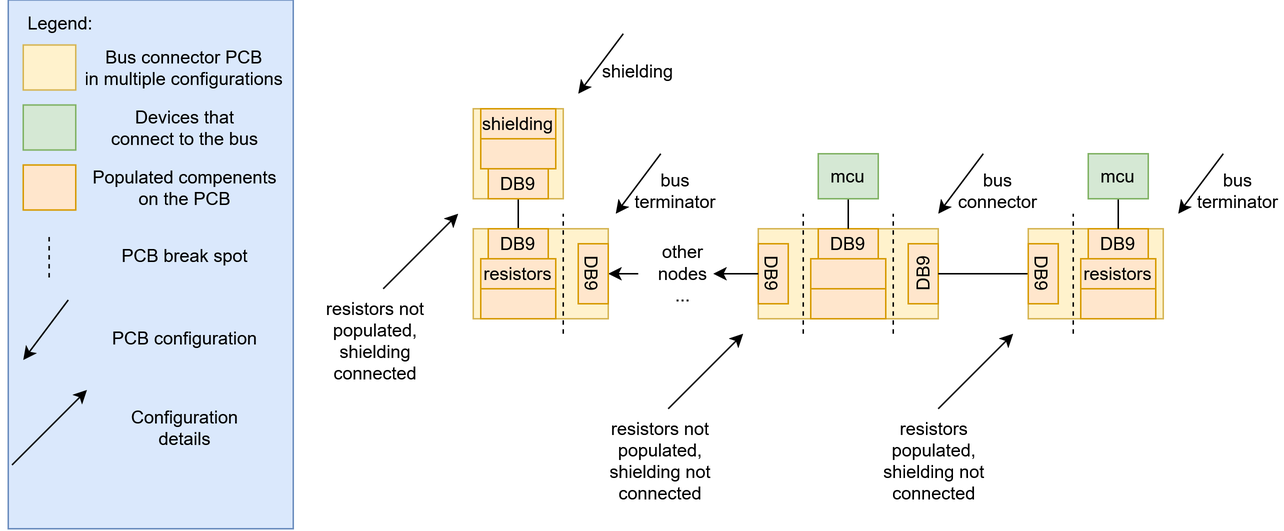
Earlier version of the draw.io export media/bus_connectors.drawio.png (Tai-Min/Robo-Bus). Source tidied: cells renumbered, new cells last; positions are measured from the earlier drawing's top-left corner, leaving out a move shared by most shapes.
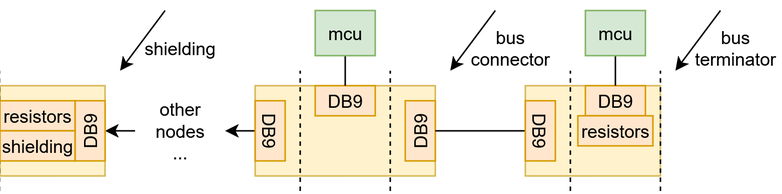
Above is the later version.

Commit message:
Final bus connector prototype from Tai-Min

What changed in the source:
```diff
@@ -2,24 +2,21 @@
   <root>
     <mxCell id="0" />
     <mxCell id="1" parent="0" />
-    <mxCell id="2" style="rounded=0;whiteSpace=wrap;html=1;fillColor=#dae8fc;strokeColor=#6c8ebf;" parent="1" vertex="1">
-      <mxGeometry y="-0.5" width="190" height="352.5" as="geometry" />
-    </mxCell>
     <mxCell id="3" style="rounded=0;whiteSpace=wrap;html=1;fillColor=#fff2cc;strokeColor=#d6b656;" parent="1" vertex="1">
       <mxGeometry x="500" y="152" width="120" height="60" as="geometry" />
     </mxCell>
     <mxCell id="4" value="DB9" style="rounded=0;whiteSpace=wrap;html=1;fillColor=#ffe6cc;strokeColor=#d79b00;" parent="1" vertex="1">
       <mxGeometry x="540" y="152" width="40" height="20" as="geometry" />
     </mxCell>
+    <mxCell id="63" style="edgeStyle=orthogonalEdgeStyle;rounded=0;jettySize=auto;html=1;exitX=0.5;exitY=1;exitDx=0;exitDy=0;entryX=1;entryY=0.5;entryDx=0;entryDy=0;" parent="1" edge="1" source="5" target="30">
+      <mxGeometry relative="1" as="geometry" />
+    </mxCell>
     <mxCell id="5" value="DB9" style="rounded=0;whiteSpace=wrap;html=1;rotation=90;fillColor=#ffe6cc;strokeColor=#d79b00;" parent="1" vertex="1">
       <mxGeometry x="490" y="172" width="40" height="20" as="geometry" />
     </mxCell>
     <mxCell id="6" value="DB9" style="rounded=0;whiteSpace=wrap;html=1;rotation=-90;fillColor=#ffe6cc;strokeColor=#d79b00;" parent="1" vertex="1">
       <mxGeometry x="590" y="172" width="40" height="20" as="geometry" />
     </mxCell>
-    <mxCell id="7" style="rounded=0;whiteSpace=wrap;html=1;fillColor=#ffe6cc;strokeColor=#d79b00;" parent="1" vertex="1">
-      <mxGeometry x="535" y="172" width="50" height="20" as="geometry" />
-    </mxCell>
     <mxCell id="8" style="endArrow=none;dashed=1;html=1;rounded=0;" parent="1" edge="1">
       <mxGeometry relative="1" as="geometry">
         <mxPoint x="530" y="222" as="sourcePoint" />
@@ -47,24 +44,6 @@
     <mxCell id="14" value="resistors" style="rounded=0;whiteSpace=wrap;html=1;fillColor=#ffe6cc;strokeColor=#d79b00;" parent="1" vertex="1">
       <mxGeometry x="715" y="172" width="50" height="20" as="geometry" />
     </mxCell>
-    <mxCell id="15" style="endArrow=classic;html=1;rounded=0;" parent="1" edge="1">
-      <mxGeometry relative="1" as="geometry">
-        <mxPoint x="440" y="272" as="sourcePoint" />
-        <mxPoint x="490" y="222" as="targetPoint" />
-      </mxGeometry>
-    </mxCell>
-    <mxCell id="16" value="&lt;div&gt;resistors not&lt;/div&gt;&lt;div&gt;populated,&lt;/div&gt;&lt;div&gt;shielding not connected&lt;/div&gt;" style="text;html=1;whiteSpace=wrap;strokeColor=none;fillColor=none;align=center;verticalAlign=middle;rounded=0;" parent="1" vertex="1">
-      <mxGeometry x="390" y="292" width="90" height="30" as="geometry" />
-    </mxCell>
-    <mxCell id="17" style="endArrow=classic;html=1;rounded=0;" parent="1" edge="1">
-      <mxGeometry relative="1" as="geometry">
-        <mxPoint x="620" y="272" as="sourcePoint" />
-        <mxPoint x="670" y="222" as="targetPoint" />
-      </mxGeometry>
-    </mxCell>
-    <mxCell id="18" value="&lt;div&gt;resistors&lt;/div&gt;&lt;div&gt;populated,&lt;/div&gt;&lt;div&gt;shielding not&lt;/div&gt;&lt;div&gt;connected&lt;/div&gt;" style="text;html=1;whiteSpace=wrap;strokeColor=none;fillColor=none;align=center;verticalAlign=middle;rounded=0;" parent="1" vertex="1">
-      <mxGeometry x="580" y="292" width="75" height="30" as="geometry" />
-    </mxCell>
     <mxCell id="19" style="endArrow=none;dashed=1;html=1;rounded=0;" parent="1" edge="1">
       <mxGeometry relative="1" as="geometry">
         <mxPoint x="710" y="222" as="sourcePoint" />
@@ -82,12 +61,12 @@
     </mxCell>
     <mxCell id="22" style="endArrow=classic;html=1;rounded=0;" parent="1" edge="1">
       <mxGeometry relative="1" as="geometry">
-        <mxPoint x="650" y="102" as="sourcePoint" />
-        <mxPoint x="620" y="142" as="targetPoint" />
+        <mxPoint x="660" y="102" as="sourcePoint" />
+        <mxPoint x="630" y="142" as="targetPoint" />
       </mxGeometry>
     </mxCell>
     <mxCell id="23" value="&lt;div&gt;bus&lt;/div&gt;&lt;div&gt;connector&lt;/div&gt;" style="text;html=1;whiteSpace=wrap;strokeColor=none;fillColor=none;align=center;verticalAlign=middle;rounded=0;" parent="1" vertex="1">
-      <mxGeometry x="630" y="112" width="60" height="30" as="geometry" />
+      <mxGeometry x="640" y="112" width="60" height="30" as="geometry" />
     </mxCell>
     <mxCell id="24" style="edgeStyle=orthogonalEdgeStyle;rounded=0;jettySize=auto;html=1;exitX=0.5;exitY=1;exitDx=0;exitDy=0;entryX=0.5;entryY=0;entryDx=0;entryDy=0;endArrow=none;endFill=0;" parent="1" edge="1" source="25" target="4">
       <mxGeometry relative="1" as="geometry" />
@@ -101,133 +80,46 @@
     <mxCell id="27" value="mcu" style="rounded=0;whiteSpace=wrap;html=1;fillColor=#d5e8d4;strokeColor=#82b366;" parent="1" vertex="1">
       <mxGeometry x="720" y="102" width="40" height="30" as="geometry" />
     </mxCell>
-    <mxCell id="28" style="endArrow=none;html=1;rounded=0;entryX=0.5;entryY=1;entryDx=0;entryDy=0;endFill=0;startArrow=classic;startFill=1;" parent="1" edge="1" target="5">
-      <mxGeometry relative="1" as="geometry">
-        <mxPoint x="470" y="182" as="sourcePoint" />
-      </mxGeometry>
-    </mxCell>
-    <mxCell id="29" style="edgeStyle=orthogonalEdgeStyle;rounded=0;jettySize=auto;html=1;exitX=0;exitY=0.5;exitDx=0;exitDy=0;entryX=0.5;entryY=0;entryDx=0;entryDy=0;" parent="1" edge="1" source="30" target="34">
-      <mxGeometry relative="1" as="geometry" />
+    <mxCell id="29" style="edgeStyle=orthogonalEdgeStyle;rounded=0;jettySize=auto;html=1;exitX=0;exitY=0.5;exitDx=0;exitDy=0;entryX=0.5;entryY=0;entryDx=0;entryDy=0;" parent="1" edge="1" source="30">
+      <mxGeometry relative="1" as="geometry">
+        <mxPoint x="400" y="182" as="targetPoint" />
+      </mxGeometry>
     </mxCell>
     <mxCell id="30" value="&lt;div&gt;other&lt;/div&gt;&lt;div&gt;nodes&lt;/div&gt;&lt;div&gt;...&lt;/div&gt;" style="text;html=1;whiteSpace=wrap;strokeColor=none;fillColor=none;align=center;verticalAlign=middle;rounded=0;" parent="1" vertex="1">
       <mxGeometry x="420" y="167" width="60" height="30" as="geometry" />
     </mxCell>
-    <mxCell id="31" style="rounded=0;whiteSpace=wrap;html=1;fillColor=#fff2cc;strokeColor=#d6b656;" parent="1" vertex="1">
-      <mxGeometry x="310" y="152" width="90" height="60" as="geometry" />
-    </mxCell>
-    <mxCell id="32" style="edgeStyle=orthogonalEdgeStyle;rounded=0;jettySize=auto;html=1;exitX=0.5;exitY=0;exitDx=0;exitDy=0;entryX=0.5;entryY=1;entryDx=0;entryDy=0;endArrow=none;endFill=0;" parent="1" edge="1" source="33" target="43">
-      <mxGeometry relative="1" as="geometry" />
-    </mxCell>
-    <mxCell id="33" value="DB9" style="rounded=0;whiteSpace=wrap;html=1;fillColor=#ffe6cc;strokeColor=#d79b00;" parent="1" vertex="1">
-      <mxGeometry x="320" y="152" width="40" height="20" as="geometry" />
-    </mxCell>
-    <mxCell id="34" value="DB9" style="rounded=0;whiteSpace=wrap;html=1;rotation=90;fillColor=#ffe6cc;strokeColor=#d79b00;" parent="1" vertex="1">
-      <mxGeometry x="370" y="172" width="40" height="20" as="geometry" />
-    </mxCell>
-    <mxCell id="35" value="resistors" style="rounded=0;whiteSpace=wrap;html=1;fillColor=#ffe6cc;strokeColor=#d79b00;" parent="1" vertex="1">
-      <mxGeometry x="315" y="172" width="50" height="20" as="geometry" />
-    </mxCell>
-    <mxCell id="36" style="endArrow=none;dashed=1;html=1;rounded=0;" parent="1" edge="1">
-      <mxGeometry relative="1" as="geometry">
-        <mxPoint x="370" y="222" as="sourcePoint" />
-        <mxPoint x="370" y="142" as="targetPoint" />
-      </mxGeometry>
-    </mxCell>
-    <mxCell id="37" style="endArrow=classic;html=1;rounded=0;" parent="1" edge="1">
-      <mxGeometry relative="1" as="geometry">
-        <mxPoint x="435" y="102" as="sourcePoint" />
-        <mxPoint x="405" y="142" as="targetPoint" />
-      </mxGeometry>
-    </mxCell>
-    <mxCell id="38" value="bus terminator" style="text;html=1;whiteSpace=wrap;strokeColor=none;fillColor=none;align=center;verticalAlign=middle;rounded=0;" parent="1" vertex="1">
-      <mxGeometry x="415" y="112" width="60" height="30" as="geometry" />
-    </mxCell>
-    <mxCell id="39" style="rounded=0;whiteSpace=wrap;html=1;fillColor=#ffe6cc;strokeColor=#d79b00;" parent="1" vertex="1">
-      <mxGeometry x="315" y="192" width="50" height="20" as="geometry" />
-    </mxCell>
-    <mxCell id="40" style="rounded=0;whiteSpace=wrap;html=1;fillColor=#ffe6cc;strokeColor=#d79b00;" parent="1" vertex="1">
-      <mxGeometry x="535" y="192" width="50" height="20" as="geometry" />
-    </mxCell>
-    <mxCell id="41" style="rounded=0;whiteSpace=wrap;html=1;fillColor=#ffe6cc;strokeColor=#d79b00;" parent="1" vertex="1">
-      <mxGeometry x="715" y="192" width="50" height="20" as="geometry" />
-    </mxCell>
-    <mxCell id="42" style="rounded=0;whiteSpace=wrap;html=1;fillColor=#fff2cc;strokeColor=#d6b656;" parent="1" vertex="1">
-      <mxGeometry x="310" y="72" width="60" height="60" as="geometry" />
-    </mxCell>
-    <mxCell id="43" value="DB9" style="rounded=0;whiteSpace=wrap;html=1;fillColor=#ffe6cc;strokeColor=#d79b00;" parent="1" vertex="1">
-      <mxGeometry x="320" y="112" width="40" height="20" as="geometry" />
-    </mxCell>
-    <mxCell id="44" style="rounded=0;whiteSpace=wrap;html=1;fillColor=#ffe6cc;strokeColor=#d79b00;" parent="1" vertex="1">
-      <mxGeometry x="315" y="92" width="50" height="20" as="geometry" />
-    </mxCell>
-    <mxCell id="45" value="shielding" style="rounded=0;whiteSpace=wrap;html=1;fillColor=#ffe6cc;strokeColor=#d79b00;" parent="1" vertex="1">
-      <mxGeometry x="315" y="72" width="50" height="20" as="geometry" />
-    </mxCell>
     <mxCell id="46" style="endArrow=classic;html=1;rounded=0;" parent="1" edge="1">
       <mxGeometry relative="1" as="geometry">
-        <mxPoint x="410" y="22" as="sourcePoint" />
-        <mxPoint x="380" y="62" as="targetPoint" />
+        <mxPoint x="440" y="102" as="sourcePoint" />
+        <mxPoint x="410" y="142" as="targetPoint" />
       </mxGeometry>
     </mxCell>
     <mxCell id="47" value="shielding" style="text;html=1;whiteSpace=wrap;strokeColor=none;fillColor=none;align=center;verticalAlign=middle;rounded=0;" parent="1" vertex="1">
-      <mxGeometry x="390" y="32" width="60" height="30" as="geometry" />
+      <mxGeometry x="420" y="112" width="60" height="30" as="geometry" />
     </mxCell>
-    <mxCell id="48" style="endArrow=classic;html=1;rounded=0;" parent="1" edge="1">
-      <mxGeometry relative="1" as="geometry">
-        <mxPoint x="250" y="192" as="sourcePoint" />
-        <mxPoint x="300" y="142" as="targetPoint" />
-      </mxGeometry>
-    </mxCell>
-    <mxCell id="49" value="&lt;div&gt;resistors not&lt;/div&gt;&lt;div&gt;populated,&lt;/div&gt;&lt;div&gt;shielding connected&lt;/div&gt;" style="text;html=1;whiteSpace=wrap;strokeColor=none;fillColor=none;align=center;verticalAlign=middle;rounded=0;" parent="1" vertex="1">
-      <mxGeometry x="200" y="212" width="90" height="30" as="geometry" />
-    </mxCell>
-    <mxCell id="50" style="rounded=0;whiteSpace=wrap;html=1;fillColor=#fff2cc;strokeColor=#d6b656;" parent="1" vertex="1">
-      <mxGeometry x="10" y="29.5" width="35" height="30" as="geometry" />
-    </mxCell>
-    <mxCell id="51" style="endArrow=none;dashed=1;html=1;rounded=0;" parent="1" edge="1">
-      <mxGeometry relative="1" as="geometry">
-        <mxPoint x="27.3" y="184.5" as="sourcePoint" />
-        <mxPoint x="27.3" y="154.5" as="targetPoint" />
-      </mxGeometry>
-    </mxCell>
-    <mxCell id="52" style="rounded=0;whiteSpace=wrap;html=1;fillColor=#d5e8d4;strokeColor=#82b366;" parent="1" vertex="1">
-      <mxGeometry x="10" y="69.5" width="35" height="30" as="geometry" />
-    </mxCell>
-    <mxCell id="53" value="Legend:" style="text;html=1;whiteSpace=wrap;strokeColor=none;fillColor=none;align=center;verticalAlign=middle;rounded=0;" parent="1" vertex="1">
-      <mxGeometry x="5" y="-0.5" width="60" height="30" as="geometry" />
-    </mxCell>
-    <mxCell id="54" value="Devices that connect to the bus" style="text;html=1;whiteSpace=wrap;strokeColor=none;fillColor=none;align=center;verticalAlign=middle;rounded=0;" parent="1" vertex="1">
-      <mxGeometry x="62.5" y="69.5" width="110" height="30" as="geometry" />
-    </mxCell>
-    <mxCell id="55" value="&lt;div&gt;Bus connector PCB&lt;/div&gt;&lt;div&gt;in multiple configurations&lt;/div&gt;" style="text;html=1;whiteSpace=wrap;strokeColor=none;fillColor=none;align=center;verticalAlign=middle;rounded=0;" parent="1" vertex="1">
-      <mxGeometry x="45" y="29.5" width="145" height="30" as="geometry" />
-    </mxCell>
-    <mxCell id="56" value="PCB break spot" style="text;html=1;whiteSpace=wrap;strokeColor=none;fillColor=none;align=center;verticalAlign=middle;rounded=0;" parent="1" vertex="1">
-      <mxGeometry x="62.5" y="154.5" width="110" height="30" as="geometry" />
-    </mxCell>
-    <mxCell id="57" style="endArrow=classic;html=1;rounded=0;" parent="1" edge="1">
-      <mxGeometry relative="1" as="geometry">
-        <mxPoint x="40" y="199.5" as="sourcePoint" />
-        <mxPoint x="10" y="239.5" as="targetPoint" />
-      </mxGeometry>
-    </mxCell>
-    <mxCell id="58" value="PCB configuration" style="text;html=1;whiteSpace=wrap;strokeColor=none;fillColor=none;align=center;verticalAlign=middle;rounded=0;" parent="1" vertex="1">
-      <mxGeometry x="62.5" y="209.5" width="110" height="30" as="geometry" />
-    </mxCell>
-    <mxCell id="59" style="endArrow=classic;html=1;rounded=0;" parent="1" edge="1">
-      <mxGeometry relative="1" as="geometry">
-        <mxPoint x="2.5" y="309.5" as="sourcePoint" />
-        <mxPoint x="52.5" y="259.5" as="targetPoint" />
-      </mxGeometry>
-    </mxCell>
-    <mxCell id="60" value="Configuration details" style="text;html=1;whiteSpace=wrap;strokeColor=none;fillColor=none;align=center;verticalAlign=middle;rounded=0;" parent="1" vertex="1">
-      <mxGeometry x="62.5" y="269.5" width="110" height="30" as="geometry" />
-    </mxCell>
-    <mxCell id="61" style="rounded=0;whiteSpace=wrap;html=1;fillColor=#ffe6cc;strokeColor=#d79b00;" parent="1" vertex="1">
-      <mxGeometry x="10" y="109.5" width="35" height="30" as="geometry" />
-    </mxCell>
-    <mxCell id="62" value="Populated compenents on the PCB" style="text;html=1;whiteSpace=wrap;strokeColor=none;fillColor=none;align=center;verticalAlign=middle;rounded=0;" parent="1" vertex="1">
-      <mxGeometry x="52.5" y="109.5" width="130" height="30" as="geometry" />
-    </mxCell>
+    <mxCell id="64" style="rounded=0;whiteSpace=wrap;html=1;fillColor=#fff2cc;strokeColor=#d6b656;" parent="1" vertex="1">
+      <mxGeometry x="330" y="152" width="70" height="60" as="geometry" />
+    </mxCell>
+    <mxCell id="65" value="DB9" style="rounded=0;whiteSpace=wrap;html=1;rotation=-90;fillColor=#ffe6cc;strokeColor=#d79b00;" parent="1" vertex="1">
+      <mxGeometry x="370" y="172" width="40" height="20" as="geometry" />
+    </mxCell>
+    <mxCell id="66" style="endArrow=none;dashed=1;html=1;rounded=0;" parent="1" edge="1">
+      <mxGeometry relative="1" as="geometry">
+        <mxPoint x="329.7" y="222" as="sourcePoint" />
+        <mxPoint x="329.7" y="142" as="targetPoint" />
+      </mxGeometry>
+    </mxCell>
+    <mxCell id="35" value="resistors" style="rounded=0;whiteSpace=wrap;html=1;fillColor=#ffe6cc;strokeColor=#d79b00;" parent="1" vertex="1">
+      <mxGeometry x="330" y="162" width="50" height="20" as="geometry" />
+    </mxCell>
+    <mxCell id="45" value="shielding" style="rounded=0;whiteSpace=wrap;html=1;fillColor=#ffe6cc;strokeColor=#d79b00;" parent="1" vertex="1">
+      <mxGeometry x="330" y="182" width="50" height="20" as="geometry" />
+    </mxCell>
+    <mxCell id="67" style="endArrow=none;dashed=1;html=1;rounded=0;" parent="1" edge="1">
+      <mxGeometry relative="1" as="geometry">
+        <mxPoint x="770" y="222" as="sourcePoint" />
+        <mxPoint x="770" y="142" as="targetPoint" />
+      </mxGeometry>
+    </mxCell>
   </root>
 </mxGraphModel>
```
